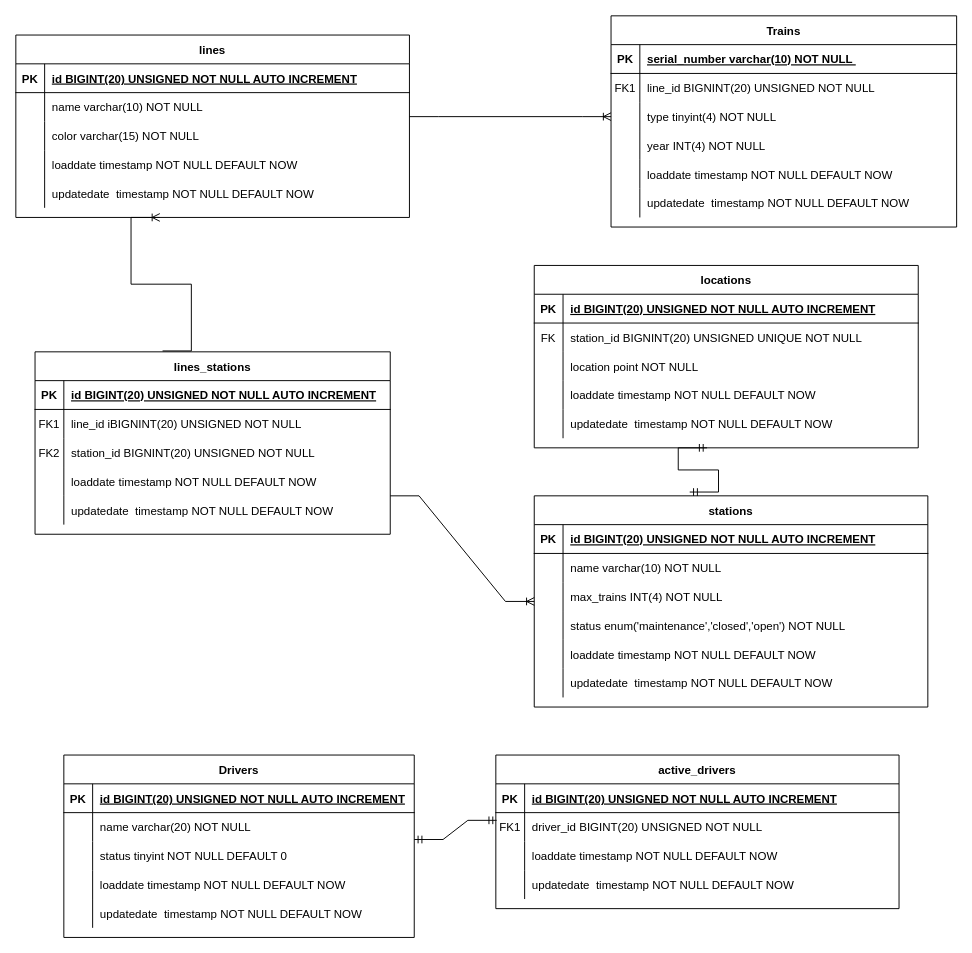
The draw.io diagram Diagrama Fisico.drawio in Marcelo-Osorio/Diagrams, before the edit. Source tidied: cells renumbered, new cells numbered last; positions are measured from the earlier drawing's top-left corner, leaving out a move shared by most shapes. Both pictures are drawn from the tidied source at 96%, with x=0, y=0 at pixel (15, 15).
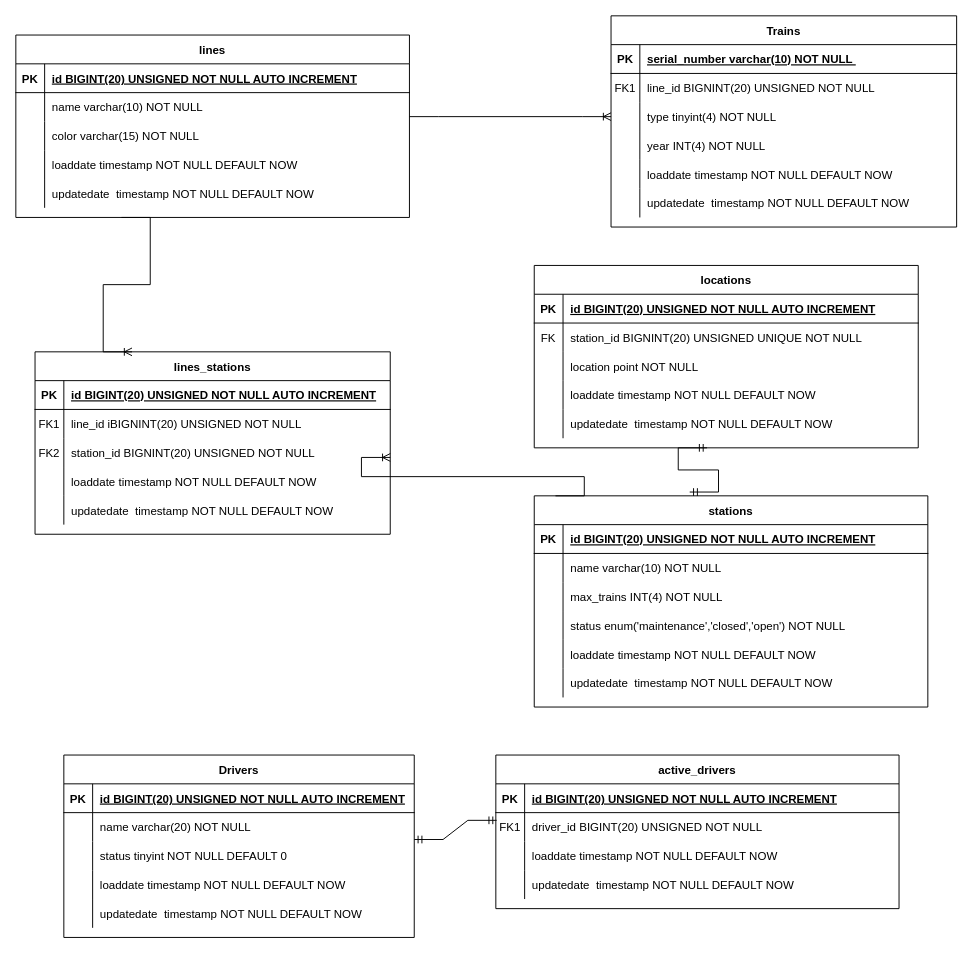
After the change.

Unchanged cells that the change refers to:
```xml
<mxCell id="37" value="stations" style="shape=table;startSize=30;childLayout=tableLayout;rowLines=0;fontStyle=1;align=center;" parent="1" vertex="1">
  <mxGeometry x="540" y="500" width="410" height="220" as="geometry" />
</mxCell>
<mxCell id="56" value="lines_stations" style="shape=table;startSize=30;childLayout=tableLayout;rowLines=0;fontStyle=1;align=center;" parent="1" vertex="1">
  <mxGeometry x="20" y="350" width="370" height="190" as="geometry" />
</mxCell>
```

Diff of the diagram source:
```diff
@@
-    <mxCell id="120" style="edgeStyle=entityRelationEdgeStyle;fontSize=12;html=1;endArrow=ERoneToMany;rounded=0;exitX=0.359;exitY=-0.005;exitDx=0;exitDy=0;exitPerimeter=0;" parent="1" edge="1" source="56">
-      <mxGeometry relative="1" as="geometry">
-        <mxPoint x="150" y="210" as="targetPoint" />
-        <Array as="points">
-          <mxPoint x="160" y="250" />
-          <mxPoint x="150" y="260" />
-        </Array>
-      </mxGeometry>
-    </mxCell>
-    <mxCell id="121" style="edgeStyle=entityRelationEdgeStyle;fontSize=12;html=1;endArrow=ERoneToMany;rounded=0;" parent="1" edge="1">
-      <mxGeometry relative="1" as="geometry">
-        <mxPoint x="390" y="500" as="sourcePoint" />
-        <mxPoint x="540" y="610" as="targetPoint" />
-      </mxGeometry>
-    </mxCell>
+    <mxCell id="122" style="edgeStyle=entityRelationEdgeStyle;fontSize=12;html=1;endArrow=ERoneToMany;rounded=0;entryX=0.273;entryY=0;entryDx=0;entryDy=0;entryPerimeter=0;" parent="1" edge="1" target="56">
+      <mxGeometry relative="1" as="geometry">
+        <mxPoint x="110" y="210" as="sourcePoint" />
+      </mxGeometry>
+    </mxCell>
+    <mxCell id="123" style="edgeStyle=entityRelationEdgeStyle;fontSize=12;html=1;endArrow=ERoneToMany;rounded=0;exitX=0.054;exitY=0;exitDx=0;exitDy=0;exitPerimeter=0;" parent="1" edge="1" source="37">
+      <mxGeometry relative="1" as="geometry">
+        <mxPoint x="390" y="460" as="targetPoint" />
+      </mxGeometry>
+    </mxCell>
```
